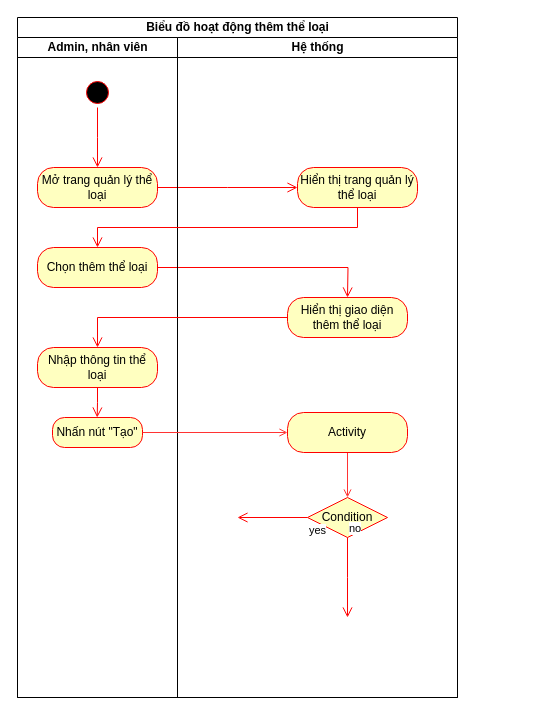
This is page "Trang-2" (2 of 2) of shitttt.drawio from Ly-Tien-Dat/doantt, a draw.io file, before an edit. Source tidied: cells renumbered, new cells numbered last; positions are measured from the earlier drawing's top-left corner, leaving out a move shared by most shapes. Both pictures are drawn from the tidied source at 100%, with x=0, y=0 at pixel (17, 17).
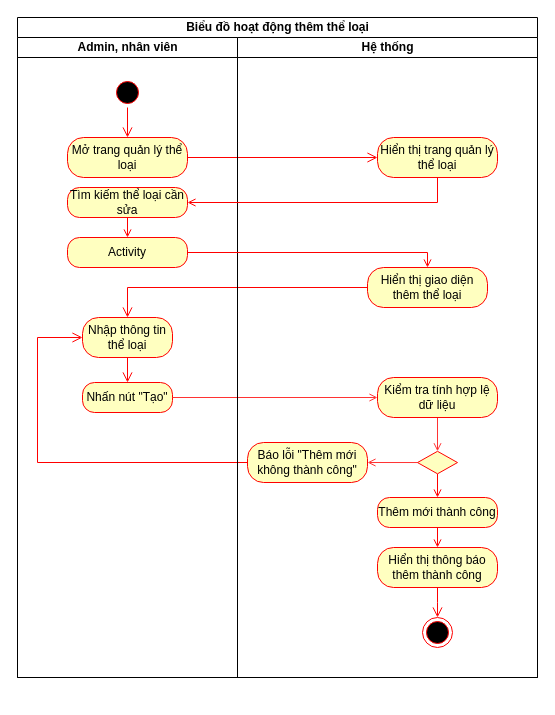
The same page after the edit.

Commit message:
Cập nhật shitttt.drawio

What changed in the source:
```diff
@@
     <mxCell id="2" value="Biểu đồ hoạt động thêm thể loại" style="swimlane;startSize=20;html=1;" parent="1" vertex="1">
-      <mxGeometry width="440" height="680" as="geometry" />
+      <mxGeometry width="520" height="660" as="geometry" />
     </mxCell>
     <mxCell id="3" value="Admin, nhân viên" style="swimlane;startSize=20;html=1;" parent="2" vertex="1">
-      <mxGeometry y="20" width="160" height="660" as="geometry" />
+      <mxGeometry y="20" width="220" height="640" as="geometry" />
     </mxCell>
     <mxCell id="4" style="ellipse;html=1;shape=startState;fillColor=#000000;strokeColor=#ff0000;" parent="3" vertex="1">
-      <mxGeometry x="65" y="40" width="30" height="30" as="geometry" />
+      <mxGeometry x="95" y="40" width="30" height="30" as="geometry" />
     </mxCell>
-    <mxCell id="5" style="edgeStyle=orthogonalEdgeStyle;html=1;verticalAlign=bottom;endArrow=open;endSize=8;strokeColor=#ff0000;rounded=0;" parent="3" edge="1" source="4">
-      <mxGeometry relative="1" as="geometry">
-        <mxPoint x="80" y="130" as="targetPoint" />
-      </mxGeometry>
+    <mxCell id="5" style="edgeStyle=orthogonalEdgeStyle;html=1;verticalAlign=bottom;endArrow=open;endSize=8;strokeColor=#ff0000;rounded=0;entryX=0.5;entryY=0;entryDx=0;entryDy=0;" parent="3" edge="1" source="4" target="6">
+      <mxGeometry relative="1" as="geometry" />
     </mxCell>
     <mxCell id="6" value="Mở trang quản lý thể loại" style="rounded=1;whiteSpace=wrap;html=1;arcSize=40;fontColor=#000000;fillColor=#ffffc0;strokeColor=#ff0000;" parent="3" vertex="1">
-      <mxGeometry x="20" y="130" width="120" height="40" as="geometry" />
+      <mxGeometry x="50" y="100" width="120" height="40" as="geometry" />
     </mxCell>
-    <mxCell id="7" style="edgeStyle=orthogonalEdgeStyle;html=1;verticalAlign=bottom;endArrow=open;endSize=8;strokeColor=#ff0000;rounded=0;" parent="3" edge="1" source="6">
-      <mxGeometry relative="1" as="geometry">
-        <mxPoint x="280" y="150" as="targetPoint" />
-      </mxGeometry>
-    </mxCell>
-    <mxCell id="8" value="Chọn thêm thể loại" style="rounded=1;whiteSpace=wrap;html=1;arcSize=40;fontColor=#000000;fillColor=#ffffc0;strokeColor=#ff0000;" parent="3" vertex="1">
-      <mxGeometry x="20" y="210" width="120" height="40" as="geometry" />
-    </mxCell>
     <mxCell id="9" value="Nhập thông tin thể loại" style="rounded=1;whiteSpace=wrap;html=1;arcSize=40;fontColor=#000000;fillColor=#ffffc0;strokeColor=#ff0000;" parent="3" vertex="1">
-      <mxGeometry x="20" y="310" width="120" height="40" as="geometry" />
+      <mxGeometry x="65" y="280" width="90" height="40" as="geometry" />
     </mxCell>
-    <mxCell id="10" style="edgeStyle=orthogonalEdgeStyle;html=1;verticalAlign=bottom;endArrow=open;endSize=8;strokeColor=#ff0000;rounded=0;" parent="3" edge="1" source="9">
-      <mxGeometry relative="1" as="geometry">
-        <mxPoint x="79.7" y="380" as="targetPoint" />
-      </mxGeometry>
+    <mxCell id="10" style="edgeStyle=orthogonalEdgeStyle;html=1;verticalAlign=bottom;endArrow=open;endSize=8;strokeColor=#ff0000;rounded=0;entryX=0.5;entryY=0;entryDx=0;entryDy=0;" parent="3" edge="1" source="9" target="11">
+      <mxGeometry relative="1" as="geometry" />
     </mxCell>
     <mxCell id="11" value="Nhấn nút &quot;Tạo&quot;" style="rounded=1;whiteSpace=wrap;html=1;arcSize=40;fontColor=#000000;fillColor=#ffffc0;strokeColor=#ff0000;" parent="3" vertex="1">
-      <mxGeometry x="35" y="380" width="90" height="30" as="geometry" />
+      <mxGeometry x="65" y="345" width="90" height="30" as="geometry" />
     </mxCell>
@@
-    <mxCell id="13" style="edgeStyle=orthogonalEdgeStyle;html=1;verticalAlign=bottom;endArrow=open;endSize=8;strokeColor=#ff0000;rounded=0;" parent="2" edge="1" source="8">
-      <mxGeometry relative="1" as="geometry">
-        <mxPoint x="330" y="280" as="targetPoint" />
-      </mxGeometry>
-    </mxCell>
+    <mxCell id="25" style="edgeStyle=none;rounded=0;jettySize=auto;html=1;entryX=0.5;entryY=0;entryDx=0;entryDy=0;endArrow=open;endFill=0;strokeColor=#FF0000;" parent="3" edge="1" source="26" target="27">
+      <mxGeometry relative="1" as="geometry" />
+    </mxCell>
+    <mxCell id="26" value="Tìm kiếm thể loại cần sửa" style="rounded=1;whiteSpace=wrap;html=1;arcSize=40;fontColor=#000000;fillColor=#ffffc0;strokeColor=#ff0000;" parent="3" vertex="1">
+      <mxGeometry x="50" y="150" width="120" height="30" as="geometry" />
+    </mxCell>
+    <mxCell id="27" value="Activity" style="rounded=1;whiteSpace=wrap;html=1;arcSize=40;fontColor=#000000;fillColor=#ffffc0;strokeColor=#ff0000;" parent="3" vertex="1">
+      <mxGeometry x="50" y="200" width="120" height="30" as="geometry" />
+    </mxCell>
+    <mxCell id="19" style="edgeStyle=orthogonalEdgeStyle;html=1;verticalAlign=bottom;endArrow=open;endSize=8;strokeColor=#ff0000;rounded=0;" parent="2" edge="1" source="15" target="9">
+      <mxGeometry relative="1" as="geometry" />
+    </mxCell>
+    <mxCell id="20" style="edgeStyle=none;rounded=0;jettySize=auto;html=1;strokeColor=#FF3333;endArrow=open;endFill=0;" parent="2" edge="1" source="11" target="17">
+      <mxGeometry relative="1" as="geometry" />
+    </mxCell>
+    <mxCell id="7" style="edgeStyle=orthogonalEdgeStyle;html=1;verticalAlign=bottom;endArrow=open;endSize=8;strokeColor=#ff0000;rounded=0;" parent="2" edge="1" source="6" target="21">
+      <mxGeometry relative="1" as="geometry" />
+    </mxCell>
+    <mxCell id="28" style="edgeStyle=orthogonalEdgeStyle;html=1;verticalAlign=bottom;endArrow=open;endSize=8;strokeColor=#ff0000;rounded=0;entryX=0;entryY=0.5;entryDx=0;entryDy=0;exitX=0;exitY=0.5;exitDx=0;exitDy=0;" parent="2" edge="1" source="33" target="9">
+      <mxGeometry relative="1" as="geometry">
+        <Array as="points">
+          <mxPoint x="20" y="445" />
+          <mxPoint x="20" y="320" />
+        </Array>
+      </mxGeometry>
+    </mxCell>
     <mxCell id="14" value="Hệ thống" style="swimlane;startSize=20;html=1;" parent="2" vertex="1">
-      <mxGeometry x="160" y="20" width="280" height="660" as="geometry" />
+      <mxGeometry x="220" y="20" width="300" height="640" as="geometry" />
     </mxCell>
     <mxCell id="15" value="Hiển thị giao diện thêm thể loại" style="rounded=1;whiteSpace=wrap;html=1;arcSize=40;fontColor=#000000;fillColor=#ffffc0;strokeColor=#ff0000;" parent="14" vertex="1">
-      <mxGeometry x="110" y="260" width="120" height="40" as="geometry" />
+      <mxGeometry x="130" y="230" width="120" height="40" as="geometry" />
     </mxCell>
-    <mxCell id="16" style="edgeStyle=none;rounded=0;jettySize=auto;html=1;strokeColor=#FF3333;endArrow=open;endFill=0;" parent="14" edge="1" source="17" target="18">
-      <mxGeometry relative="1" as="geometry" />
-    </mxCell>
+    <mxCell id="29" style="edgeStyle=none;rounded=0;jettySize=auto;html=1;strokeColor=#FF3333;endArrow=open;endFill=0;" parent="14" edge="1" source="17" target="32">
+      <mxGeometry relative="1" as="geometry" />
+    </mxCell>
-    <mxCell id="17" value="Activity" style="rounded=1;whiteSpace=wrap;html=1;arcSize=40;fontColor=#000000;fillColor=#ffffc0;strokeColor=#ff0000;" parent="14" vertex="1">
-      <mxGeometry x="110" y="375" width="120" height="40" as="geometry" />
+    <mxCell id="17" value="Kiểm tra tính hợp lệ dữ liệu" style="rounded=1;whiteSpace=wrap;html=1;arcSize=40;fontColor=#000000;fillColor=#ffffc0;strokeColor=#ff0000;" parent="14" vertex="1">
+      <mxGeometry x="140" y="340" width="120" height="40" as="geometry" />
     </mxCell>
-    <mxCell id="18" value="Condition" style="rhombus;whiteSpace=wrap;html=1;fontColor=#000000;fillColor=#ffffc0;strokeColor=#ff0000;" parent="14" vertex="1">
-      <mxGeometry x="130" y="460" width="80" height="40" as="geometry" />
-    </mxCell>
-    <mxCell id="19" style="edgeStyle=orthogonalEdgeStyle;html=1;verticalAlign=bottom;endArrow=open;endSize=8;strokeColor=#ff0000;rounded=0;" parent="2" edge="1" source="15" target="9">
-      <mxGeometry relative="1" as="geometry" />
-    </mxCell>
-    <mxCell id="20" style="edgeStyle=none;rounded=0;jettySize=auto;html=1;strokeColor=#FF3333;endArrow=open;endFill=0;" parent="2" edge="1" source="11" target="17">
-      <mxGeometry relative="1" as="geometry" />
-    </mxCell>
+    <mxCell id="30" style="edgeStyle=none;rounded=0;jettySize=auto;html=1;entryX=1;entryY=0.5;entryDx=0;entryDy=0;endArrow=open;endFill=0;strokeColor=#FF3333;" parent="14" edge="1" source="32" target="33">
+      <mxGeometry relative="1" as="geometry" />
+    </mxCell>
+    <mxCell id="31" style="edgeStyle=none;rounded=0;jettySize=auto;html=1;endArrow=open;endFill=0;strokeColor=#FF0000;" parent="14" edge="1" source="32" target="35">
+      <mxGeometry relative="1" as="geometry" />
+    </mxCell>
+    <mxCell id="32" style="rhombus;whiteSpace=wrap;html=1;fontColor=#000000;fillColor=#ffffc0;strokeColor=#ff0000;" parent="14" vertex="1">
+      <mxGeometry x="180" y="413.8" width="40" height="22.5" as="geometry" />
+    </mxCell>
-    <mxCell id="21" value="Hiển thị trang quản lý thể loại" style="rounded=1;whiteSpace=wrap;html=1;arcSize=40;fontColor=#000000;fillColor=#ffffc0;strokeColor=#ff0000;" parent="1" vertex="1">
-      <mxGeometry x="280" y="150" width="120" height="40" as="geometry" />
+    <mxCell id="21" value="Hiển thị trang quản lý thể loại" style="rounded=1;whiteSpace=wrap;html=1;arcSize=40;fontColor=#000000;fillColor=#ffffc0;strokeColor=#ff0000;" parent="14" vertex="1">
+      <mxGeometry x="140" y="100" width="120" height="40" as="geometry" />
     </mxCell>
-    <mxCell id="22" style="edgeStyle=orthogonalEdgeStyle;html=1;verticalAlign=bottom;endArrow=open;endSize=8;strokeColor=#ff0000;rounded=0;entryX=0.5;entryY=0;entryDx=0;entryDy=0;" parent="1" edge="1" source="21" target="8">
-      <mxGeometry relative="1" as="geometry">
-        <Array as="points">
-          <mxPoint x="340" y="210" />
-          <mxPoint x="80" y="210" />
-        </Array>
-      </mxGeometry>
-    </mxCell>
-    <mxCell id="23" value="no" style="edgeStyle=orthogonalEdgeStyle;html=1;align=left;verticalAlign=bottom;endArrow=open;endSize=8;strokeColor=#ff0000;rounded=0;" parent="1" edge="1" source="18">
-      <mxGeometry x="-1" relative="1" as="geometry">
-        <mxPoint x="330" y="600" as="targetPoint" />
-      </mxGeometry>
-    </mxCell>
-    <mxCell id="24" value="yes" style="edgeStyle=orthogonalEdgeStyle;html=1;align=left;verticalAlign=top;endArrow=open;endSize=8;strokeColor=#ff0000;rounded=0;" parent="1" edge="1" source="18">
-      <mxGeometry x="-1" relative="1" as="geometry">
-        <mxPoint x="220" y="500" as="targetPoint" />
-      </mxGeometry>
-    </mxCell>
+    <mxCell id="33" value="Báo lỗi &quot;Thêm mới không thành công&quot;" style="rounded=1;whiteSpace=wrap;html=1;arcSize=40;fontColor=#000000;fillColor=#ffffc0;strokeColor=#ff0000;" parent="14" vertex="1">
+      <mxGeometry x="10" y="405" width="120" height="40" as="geometry" />
+    </mxCell>
+    <mxCell id="34" style="edgeStyle=none;rounded=0;jettySize=auto;html=1;endArrow=open;endFill=0;strokeColor=#FF0000;" parent="14" edge="1" source="35" target="36">
+      <mxGeometry relative="1" as="geometry" />
+    </mxCell>
+    <mxCell id="35" value="Thêm mới thành công" style="rounded=1;whiteSpace=wrap;html=1;arcSize=40;fontColor=#000000;fillColor=#ffffc0;strokeColor=#ff0000;" parent="14" vertex="1">
+      <mxGeometry x="140" y="460" width="120" height="30" as="geometry" />
+    </mxCell>
+    <mxCell id="36" value="Hiển thị thông báo thêm thành công" style="rounded=1;whiteSpace=wrap;html=1;arcSize=40;fontColor=#000000;fillColor=#ffffc0;strokeColor=#ff0000;" parent="14" vertex="1">
+      <mxGeometry x="140" y="510" width="120" height="40" as="geometry" />
+    </mxCell>
+    <mxCell id="37" style="ellipse;html=1;shape=endState;fillColor=#000000;strokeColor=#ff0000;" parent="14" vertex="1">
+      <mxGeometry x="185" y="580" width="30" height="30" as="geometry" />
+    </mxCell>
+    <mxCell id="38" style="edgeStyle=none;rounded=0;jettySize=auto;html=1;endArrow=open;endFill=0;strokeColor=#FF0000;" parent="2" edge="1" source="21" target="26">
+      <mxGeometry relative="1" as="geometry">
+        <Array as="points">
+          <mxPoint x="420" y="185" />
+        </Array>
+      </mxGeometry>
+    </mxCell>
+    <mxCell id="39" style="edgeStyle=none;rounded=0;jettySize=auto;html=1;entryX=0.5;entryY=0;entryDx=0;entryDy=0;strokeColor=#FF0000;endArrow=open;endFill=0;" parent="2" edge="1" source="27" target="15">
+      <mxGeometry relative="1" as="geometry">
+        <Array as="points">
+          <mxPoint x="410" y="235" />
+        </Array>
+      </mxGeometry>
+    </mxCell>
+    <mxCell id="40" style="edgeStyle=orthogonalEdgeStyle;html=1;verticalAlign=bottom;endArrow=open;endSize=8;strokeColor=#ff0000;rounded=0;" parent="1" edge="1" source="36">
+      <mxGeometry relative="1" as="geometry">
+        <mxPoint x="420" y="600" as="targetPoint" />
+      </mxGeometry>
+    </mxCell>
```
